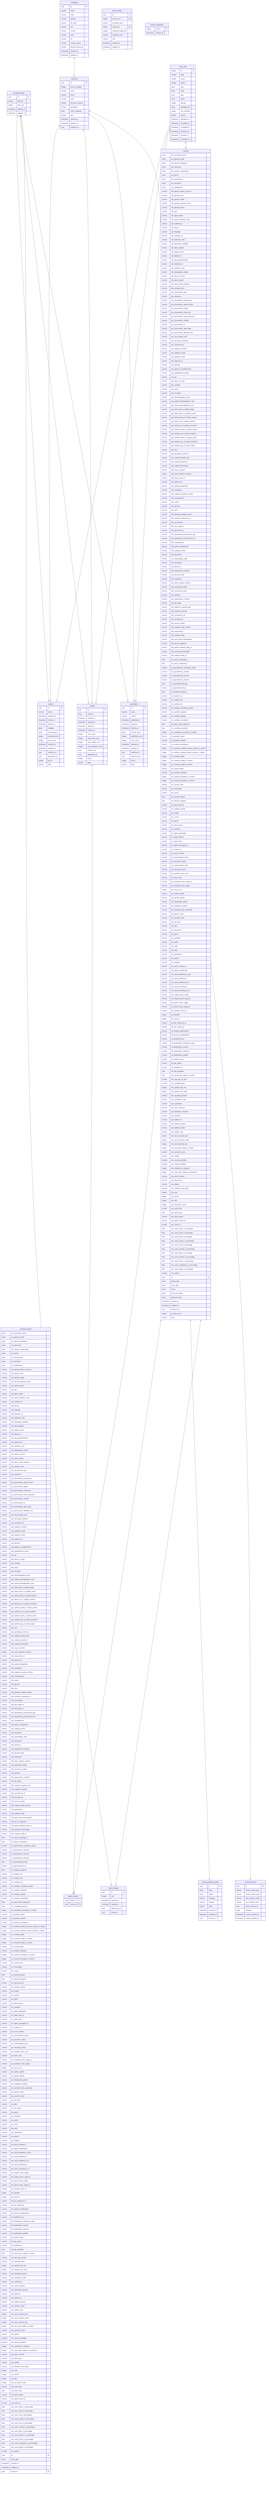
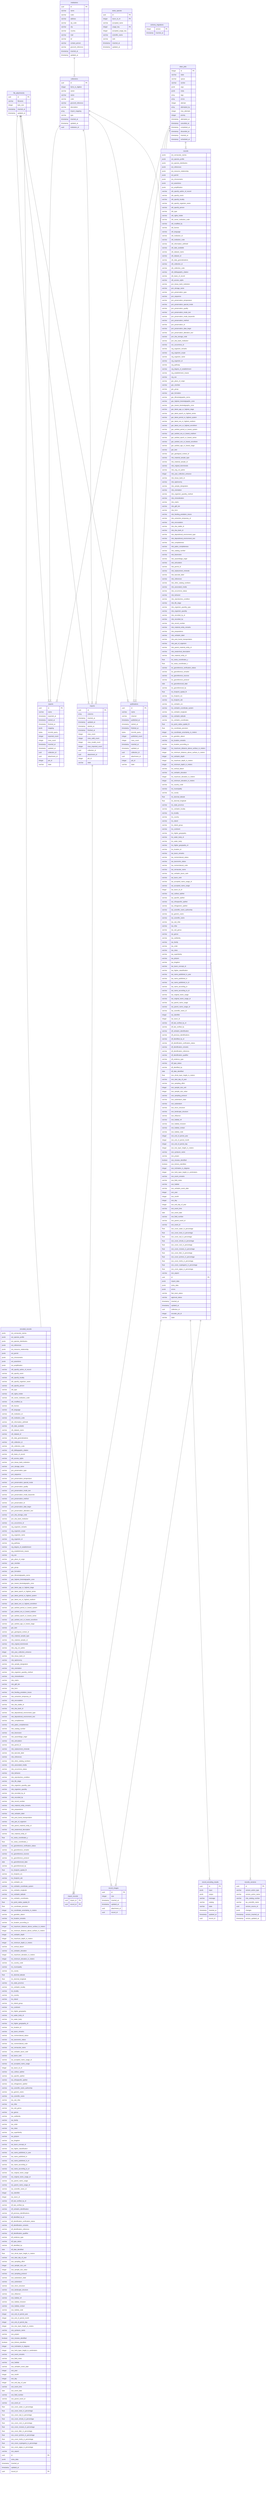
erDiagram
  file_attachments {
    uuid id PK
    varchar filename
    integer byte_size
    timestamp inserted_at
    timestamp updated_at
  }
  institutions {
    uuid id PK
    varchar name
    varchar code
    varchar address
    varchar zip_code
    varchar city
    varchar country
    varchar mail
    varchar tel
    varchar contact_person
    varchar grscicoll_reference
    timestamp inserted_at
    timestamp updated_at
  }
  collections {
    uuid id PK
    integer items_to_digitize
    varchar owner
    varchar name
    varchar code
    varchar grscicoll_reference
    varchar description
    array import_mapping
    varchar type
    timestamp inserted_at
    timestamp updated_at
    uuid institution_id
  }
  encoded_records {
    jsonb ext_vernacular_names
    jsonb ext_species_profile
    jsonb ext_species_distribution
    jsonb ext_references
    jsonb ext_resource_relationship
    jsonb ext_permit
    jsonb ext_chronometric
    jsonb ext_assertions
    jsonb ext_amplification
    varchar oth_specify_author_of_record
    varchar oth_specify_event
    varchar oth_specify_locality
    varchar oth_specify_organism_name
    varchar oth_specify_person
    varchar oth_type
    varchar oth_rights_holder
    varchar oth_owner_institution_code
    varchar oth_modified_by
    varchar oth_license
    varchar oth_language
    varchar oth_institution_id
    varchar oth_institution_code
    varchar oth_information_withheld
    varchar oth_date_available
    varchar oth_dataset_name
    varchar oth_dataset_id
    varchar oth_data_generalizations
    varchar oth_collection_id
    varchar oth_collection_code
    varchar oth_bibliographic_citation
    varchar oth_basis_of_record
    varchar oth_access_rights
    varchar pvn_tissue_bank_institution
    varchar pvn_storage_name
    varchar pvn_preservation_type
    varchar pvn_sequence
    varchar pvn_preservation_temperature
    varchar pvn_preservation_special_mode
    varchar pvn_preservation_quality
    varchar pvn_preservation_mode_text
    varchar pvn_preservation_mode_keywords
    varchar pvn_preservation_method
    varchar pvn_preservation_id
    varchar pvn_preservation_date_begin
    varchar pvn_preservation_alteration_text
    varchar pvn_dna_storage_code
    varchar pvn_dna_bank_institution
    varchar occ_occurrence_id
    varchar org_organism_remarks
    varchar org_organism_scope
    varchar org_organism_name
    varchar org_organism_id
    varchar org_pathway
    varchar org_degree_of_establishment
    varchar org_establishment_means
    varchar org_sex
    varchar gec_place_of_origin
    varchar gec_member
    varchar gec_group
    varchar gec_formation
    varchar gec_lithostratigraphic_terms
    varchar gec_highest_biostratigraphic_zone
    varchar gec_lowest_biostratigraphic_zone
    varchar gec_latest_age_or_highest_stage
    varchar gec_latest_epoch_or_highest_series
    varchar gec_latest_period_or_highest_system
    varchar gec_latest_era_or_highest_erathem
    varchar gec_latest_eon_or_highest_eonothem
    varchar gec_earliest_period_or_lowest_system
    varchar gec_earliest_era_or_lowest_erathem
    varchar gec_earliest_epoch_or_lowest_series
    varchar gec_earliest_eon_or_lowest_eonothem
    varchar gec_earliest_age_or_lowest_stage
    varchar gec_bed
    varchar gec_geological_context_id
    varchar mts_material_sample_type
    varchar mts_material_sample_id
    varchar mte_original_biominerals
    varchar mte_orig_col_author
    integer mte_year_collection_entrance
    varchar mte_tissue_bank_id
    varchar mte_taphonomy
    varchar mte_sample_designation
    varchar mte_orientation
    varchar mte_organism_quantity_method
    varchar mte_mineralization
    varchar mte_matrix
    varchar mte_gbif_doi
    varchar mte_form
    varchar mte_feeding_predation_traces
    varchar mte_extraction_temporary_id
    varchar mte_encrustation
    varchar mte_dna_stable_id
    varchar mte_dna_bank_id
    varchar mte_depositional_environment_type
    varchar mte_depositional_environment_text
    varchar mte_completeness
    varchar mte_paleo_completeness
    varchar mte_catalog_number
    varchar mte_bioerosion
    varchar mte_assemblage_origin
    varchar mte_articulation
    varchar mte_permit_id
    varchar mte_replacement_minerals
    varchar mte_barcode_label
    varchar mte_references
    varchar mte_other_catalog_numbers
    varchar mte_associated_media
    varchar mte_occurrence_status
    varchar mte_behavior
    varchar mte_reproductive_condition
    varchar mte_life_stage
    varchar mte_organism_quantity_type
    varchar mte_organism_quantity
    varchar mte_recorded_by_id
    varchar mte_recorded_by
    varchar mte_record_number
    varchar mte_material_entity_remarks
    varchar mte_preparations
    varchar mte_verbatim_label
    varchar mte_post_burial_transportation
    varchar mte_part_of_organism
    varchar mte_parent_material_entity_id
    varchar mte_anatomical_description
    varchar mte_material_entity_id
    float loc_swiss_coordinates_y
    float loc_swiss_coordinates_x
    varchar loc_georeference_verification_status
    varchar loc_georeference_remarks
    varchar loc_georeference_sources
    varchar loc_georeference_protocol
    date loc_georeferenced_date
    varchar loc_georeferenced_by
    float loc_footprint_spatial_fit
    varchar loc_footprint_srs
    varchar loc_footprint_wkt
    varchar loc_verbatim_srs
    varchar loc_verbatim_coordinate_system
    varchar loc_verbatim_longitude
    varchar loc_verbatim_latitude
    varchar loc_verbatim_coordinates
    float loc_point_radius_spatial_fit
    float loc_coordinate_precision
    integer loc_coordinate_uncertainty_in_meters
    varchar loc_geodetic_datum
    varchar loc_location_remarks
    varchar loc_location_according_to
    integer loc_maximum_distance_above_surface_in_meters
    integer loc_minimum_distance_above_surface_in_meters
    integer loc_verbatim_depth
    integer loc_maximum_depth_in_meters
    integer loc_minimum_depth_in_meters
    varchar loc_vertical_datum
    varchar loc_verbatim_elevation
    integer loc_maximum_elevation_in_meters
    integer loc_minimum_elevation_in_meters
    varchar loc_country_code
    varchar loc_municipality
    varchar loc_county
    float loc_decimal_latitude
    float loc_decimal_longitude
    varchar loc_state_province
    varchar loc_verbatim_locality
    varchar loc_locality
    varchar loc_country
    varchar loc_island
    varchar loc_island_group
    varchar loc_continent
    varchar loc_higher_geography
    varchar loc_water_body_id
    varchar loc_water_body
    varchar loc_higher_geography_id
    varchar loc_location_id
    varchar tax_taxon_remarks
    varchar tax_nomenclatural_status
    varchar tax_taxonomic_status
    varchar tax_nomenclatural_code
    varchar tax_vernacular_name
    varchar tax_verbatim_taxon_rank
    varchar tax_taxon_rank
    varchar tax_accepted_name_usage_id
    varchar tax_accepted_name_usage
    integer tax_taxon_id_ch
    varchar tax_cultivar_epithet
    varchar tax_specific_epithet
    varchar tax_infraspecific_epithet
    varchar tax_infrageneric_epithet
    varchar tax_scientific_name_authorship
    varchar tax_generic_name
    varchar tax_scientific_name
    varchar tax_sub_tribe
    varchar tax_tribe
    varchar tax_sub_genus
    varchar tax_genus
    varchar tax_subfamily
    varchar tax_family
    varchar tax_order
    varchar tax_class
    varchar tax_superfamily
    varchar tax_phylum
    varchar tax_kingdom
    varchar tax_taxon_concept_id
    varchar tax_higher_classification
    varchar tax_name_published_in_year
    varchar tax_name_published_in
    varchar tax_name_published_in_id
    varchar tax_name_according_to
    varchar tax_name_according_to_id
    varchar tax_original_name_usage
    varchar tax_original_name_usage_id
    varchar tax_parent_name_usage
    varchar tax_parent_name_usage_id
    varchar tax_scientific_name_id
    integer tax_identifier
    integer tax_taxon_id
    varchar idf_last_verified_by_id
    varchar idf_last_verified_by
    varchar idf_verbatim_identification
    varchar idf_previous_identifications
    varchar idf_identified_by_id
    varchar idf_identification_verification_status
    varchar idf_identification_remarks
    varchar idf_identification_reference
    varchar idf_identification_qualifier
    varchar idf_evidence_type
    varchar idf_type_status
    varchar idf_identified_by
    date idf_date_identified
    float eve_shrub_layer_height_in_meters
    varchar eve_start_day_of_year
    varchar eve_sampling_effort
    integer eve_sample_size_unit
    integer eve_sample_size_value
    varchar eve_sampling_protocol
    varchar eve_substratum_state
    varchar eve_substratum
    varchar eve_micro_structure
    varchar eve_landscape_structure
    varchar eve_influence
    varchar eve_habitat_ref
    varchar eve_habitat_inclusion
    varchar eve_habitat_contact
    varchar eve_habitat_code
    integer eve_end_of_period_year
    integer eve_end_of_period_month
    integer eve_end_of_period_day
    integer eve_tree_layer_height_in_meters
    varchar eve_syntaxon_name
    varchar eve_project
    boolean eve_mosses_identified
    boolean eve_lichens_identified
    integer eve_inclination_in_degrees
    integer eve_herb_layer_height_in_centimeters
    varchar eve_event_remarks
    varchar eve_field_notes
    varchar eve_habitat
    varchar eve_verbatim_event_date
    integer eve_year
    integer eve_month
    integer eve_day
    integer eve_end_day_of_year
    varchar eve_event_time
    date eve_event_date
    varchar eve_field_number
    varchar eve_parent_event_id
    varchar eve_event_id
    float eve_cover_water_in_percentage
    float eve_cover_trees_in_percentage
    float eve_cover_toal_in_percentage
    float eve_cover_shrubs_in_percentage
    float eve_cover_rock_in_percentage
    float eve_cover_mosses_in_percentage
    float eve_cover_litter_in_percentage
    float eve_cover_lychens_in_percentage
    float eve_cover_herbs_in_percentage
    float eve_cover_cryptogams_in_percentage
    float eve_cover_algae_in_percentage
    varchar eve_aspect
    uuid id PK
    jsonb extra_data
    timestamp inserted_at
    timestamp updated_at
    uuid record_id PK
  }
  record_encoding_results {
    uuid id PK
    jsonb input
    jsonb output
    varchar message
    varchar catalog
    varchar state
    timestamp inserted_at
    timestamp updated_at
    uuid record_id
  }
  exports {
    uuid id PK
    varchar name
    timestamp exported_at
    timestamp started_at
    timestamp finished_at
    jsonb mapping
    bytea records_query
    integer exported_count
    integer rows_count
    timestamp inserted_at
    timestamp updated_at
    uuid collection_id
    uuid attachment_id
    integer job_id
    varchar state
  }
  imports {
    uuid id PK
    array columns
    timestamp inserted_at
    timestamp updated_at
    timestamp started_at
    timestamp finished_at
    integer rows_count
    integer rows_valid_count
    integer rows_invalid_count
    integer rows_imported_count
    uuid collection_id
    uuid attachment_id
    integer job_id
    varchar state
  }
  import_records {
    uuid import_id PK
    uuid record_id PK
  }
  publications {
    uuid id PK
    varchar name
    varchar channel
    timestamp published_at
    timestamp started_at
    timestamp finished_at
    bytea records_query
    integer published_count
    integer rows_count
    timestamp inserted_at
    timestamp updated_at
    uuid collection_id
    uuid attachment_id
    integer job_id
    varchar state
  }
  records {
    jsonb ext_vernacular_names
    jsonb ext_species_profile
    jsonb ext_species_distribution
    jsonb ext_references
    jsonb ext_resource_relationship
    jsonb ext_permit
    jsonb ext_chronometric
    jsonb ext_assertions
    jsonb ext_amplification
    varchar oth_specify_author_of_record
    varchar oth_specify_event
    varchar oth_specify_locality
    varchar oth_specify_organism_name
    varchar oth_specify_person
    varchar oth_type
    varchar oth_rights_holder
    varchar oth_owner_institution_code
    varchar oth_modified_by
    varchar oth_license
    varchar oth_language
    varchar oth_institution_id
    varchar oth_institution_code
    varchar oth_information_withheld
    varchar oth_date_available
    varchar oth_dataset_name
    varchar oth_dataset_id
    varchar oth_data_generalizations
    varchar oth_collection_id
    varchar oth_collection_code
    varchar oth_bibliographic_citation
    varchar oth_basis_of_record
    varchar oth_access_rights
    varchar pvn_tissue_bank_institution
    varchar pvn_storage_name
    varchar pvn_preservation_type
    varchar pvn_sequence
    varchar pvn_preservation_temperature
    varchar pvn_preservation_special_mode
    varchar pvn_preservation_quality
    varchar pvn_preservation_mode_text
    varchar pvn_preservation_mode_keywords
    varchar pvn_preservation_method
    varchar pvn_preservation_id
    varchar pvn_preservation_date_begin
    varchar pvn_preservation_alteration_text
    varchar pvn_dna_storage_code
    varchar pvn_dna_bank_institution
    varchar occ_occurrence_id
    varchar org_organism_remarks
    varchar org_organism_scope
    varchar org_organism_name
    varchar org_organism_id
    varchar org_pathway
    varchar org_degree_of_establishment
    varchar org_establishment_means
    varchar org_sex
    varchar gec_place_of_origin
    varchar gec_member
    varchar gec_group
    varchar gec_formation
    varchar gec_lithostratigraphic_terms
    varchar gec_highest_biostratigraphic_zone
    varchar gec_lowest_biostratigraphic_zone
    varchar gec_latest_age_or_highest_stage
    varchar gec_latest_epoch_or_highest_series
    varchar gec_latest_period_or_highest_system
    varchar gec_latest_era_or_highest_erathem
    varchar gec_latest_eon_or_highest_eonothem
    varchar gec_earliest_period_or_lowest_system
    varchar gec_earliest_era_or_lowest_erathem
    varchar gec_earliest_epoch_or_lowest_series
    varchar gec_earliest_eon_or_lowest_eonothem
    varchar gec_earliest_age_or_lowest_stage
    varchar gec_bed
    varchar gec_geological_context_id
    varchar mts_material_sample_type
    varchar mts_material_sample_id
    varchar mte_original_biominerals
    varchar mte_orig_col_author
    integer mte_year_collection_entrance
    varchar mte_tissue_bank_id
    varchar mte_taphonomy
    varchar mte_sample_designation
    varchar mte_orientation
    varchar mte_organism_quantity_method
    varchar mte_mineralization
    varchar mte_matrix
    varchar mte_gbif_doi
    varchar mte_form
    varchar mte_feeding_predation_traces
    varchar mte_extraction_temporary_id
    varchar mte_encrustation
    varchar mte_dna_stable_id
    varchar mte_dna_bank_id
    varchar mte_depositional_environment_type
    varchar mte_depositional_environment_text
    varchar mte_completeness
    varchar mte_paleo_completeness
    varchar mte_catalog_number
    varchar mte_bioerosion
    varchar mte_assemblage_origin
    varchar mte_articulation
    varchar mte_permit_id
    varchar mte_replacement_minerals
    varchar mte_barcode_label
    varchar mte_references
    varchar mte_other_catalog_numbers
    varchar mte_associated_media
    varchar mte_occurrence_status
    varchar mte_behavior
    varchar mte_reproductive_condition
    varchar mte_life_stage
    varchar mte_organism_quantity_type
    varchar mte_organism_quantity
    varchar mte_recorded_by_id
    varchar mte_recorded_by
    varchar mte_record_number
    varchar mte_material_entity_remarks
    varchar mte_preparations
    varchar mte_verbatim_label
    varchar mte_post_burial_transportation
    varchar mte_part_of_organism
    varchar mte_parent_material_entity_id
    varchar mte_anatomical_description
    varchar mte_material_entity_id
    float loc_swiss_coordinates_y
    float loc_swiss_coordinates_x
    varchar loc_georeference_verification_status
    varchar loc_georeference_remarks
    varchar loc_georeference_sources
    varchar loc_georeference_protocol
    date loc_georeferenced_date
    varchar loc_georeferenced_by
    float loc_footprint_spatial_fit
    varchar loc_footprint_srs
    varchar loc_footprint_wkt
    varchar loc_verbatim_srs
    varchar loc_verbatim_coordinate_system
    varchar loc_verbatim_longitude
    varchar loc_verbatim_latitude
    varchar loc_verbatim_coordinates
    float loc_point_radius_spatial_fit
    float loc_coordinate_precision
    integer loc_coordinate_uncertainty_in_meters
    varchar loc_geodetic_datum
    varchar loc_location_remarks
    varchar loc_location_according_to
    integer loc_maximum_distance_above_surface_in_meters
    integer loc_minimum_distance_above_surface_in_meters
    integer loc_verbatim_depth
    integer loc_maximum_depth_in_meters
    integer loc_minimum_depth_in_meters
    varchar loc_vertical_datum
    varchar loc_verbatim_elevation
    integer loc_maximum_elevation_in_meters
    integer loc_minimum_elevation_in_meters
    varchar loc_country_code
    varchar loc_municipality
    varchar loc_county
    float loc_decimal_latitude
    float loc_decimal_longitude
    varchar loc_state_province
    varchar loc_verbatim_locality
    varchar loc_locality
    varchar loc_country
    varchar loc_island
    varchar loc_island_group
    varchar loc_continent
    varchar loc_higher_geography
    varchar loc_water_body_id
    varchar loc_water_body
    varchar loc_higher_geography_id
    varchar loc_location_id
    varchar tax_taxon_remarks
    varchar tax_nomenclatural_status
    varchar tax_taxonomic_status
    varchar tax_nomenclatural_code
    varchar tax_vernacular_name
    varchar tax_verbatim_taxon_rank
    varchar tax_taxon_rank
    varchar tax_accepted_name_usage_id
    varchar tax_accepted_name_usage
    integer tax_taxon_id_ch
    varchar tax_cultivar_epithet
    varchar tax_specific_epithet
    varchar tax_infraspecific_epithet
    varchar tax_infrageneric_epithet
    varchar tax_scientific_name_authorship
    varchar tax_generic_name
    varchar tax_scientific_name
    varchar tax_sub_tribe
    varchar tax_tribe
    varchar tax_sub_genus
    varchar tax_genus
    varchar tax_subfamily
    varchar tax_family
    varchar tax_order
    varchar tax_class
    varchar tax_superfamily
    varchar tax_phylum
    varchar tax_kingdom
    varchar tax_taxon_concept_id
    varchar tax_higher_classification
    varchar tax_name_published_in_year
    varchar tax_name_published_in
    varchar tax_name_published_in_id
    varchar tax_name_according_to
    varchar tax_name_according_to_id
    varchar tax_original_name_usage
    varchar tax_original_name_usage_id
    varchar tax_parent_name_usage
    varchar tax_parent_name_usage_id
    varchar tax_scientific_name_id
    integer tax_identifier
    integer tax_taxon_id
    varchar idf_last_verified_by_id
    varchar idf_last_verified_by
    varchar idf_verbatim_identification
    varchar idf_previous_identifications
    varchar idf_identified_by_id
    varchar idf_identification_verification_status
    varchar idf_identification_remarks
    varchar idf_identification_reference
    varchar idf_identification_qualifier
    varchar idf_evidence_type
    varchar idf_type_status
    varchar idf_identified_by
    date idf_date_identified
    float eve_shrub_layer_height_in_meters
    varchar eve_start_day_of_year
    varchar eve_sampling_effort
    integer eve_sample_size_unit
    integer eve_sample_size_value
    varchar eve_sampling_protocol
    varchar eve_substratum_state
    varchar eve_substratum
    varchar eve_micro_structure
    varchar eve_landscape_structure
    varchar eve_influence
    varchar eve_habitat_ref
    varchar eve_habitat_inclusion
    varchar eve_habitat_contact
    varchar eve_habitat_code
    integer eve_end_of_period_year
    integer eve_end_of_period_month
    integer eve_end_of_period_day
    integer eve_tree_layer_height_in_meters
    varchar eve_syntaxon_name
    varchar eve_project
    boolean eve_mosses_identified
    boolean eve_lichens_identified
    integer eve_inclination_in_degrees
    integer eve_herb_layer_height_in_centimeters
    varchar eve_event_remarks
    varchar eve_field_notes
    varchar eve_habitat
    varchar eve_verbatim_event_date
    integer eve_year
    integer eve_month
    integer eve_day
    integer eve_end_day_of_year
    varchar eve_event_time
    date eve_event_date
    varchar eve_field_number
    varchar eve_parent_event_id
    varchar eve_event_id
    float eve_cover_water_in_percentage
    float eve_cover_trees_in_percentage
    float eve_cover_toal_in_percentage
    float eve_cover_shrubs_in_percentage
    float eve_cover_rock_in_percentage
    float eve_cover_mosses_in_percentage
    float eve_cover_litter_in_percentage
    float eve_cover_lychens_in_percentage
    float eve_cover_herbs_in_percentage
    float eve_cover_cryptogams_in_percentage
    float eve_cover_algae_in_percentage
    varchar eve_aspect
    uuid id PK
    jsonb import_data
    jsonb extra_data
    jsonb errors
-     jsonb fast_track_status
-     jsonb approval_status
+     varchar fast_track_status
+     varchar approval_status
    timestamp inserted_at
    timestamp updated_at
    uuid collection_id
    integer encoder_job_id
    varchar state
  }
  record_images {
    uuid id PK
    integer size
    timestamp inserted_at
    timestamp updated_at
    uuid attachment_id
    uuid record_id
  }
  records_versions {
    uuid id PK
    varchar version_action_type
    varchar version_action_name
    varchar mte_catalog_number
    varchar tax_scientific_name
    uuid version_source_id
    jsonb changes
    timestamp version_inserted_at
    timestamp version_updated_at
  }
  swiss_species {
    uuid id PK
    integer taxon_id_ch PK
    varchar accepted_name
    integer usage_key PK
    integer accepted_usage_key
    varchar scientific_name
    varchar rank
    timestamp inserted_at
    timestamp updated_at
  }
  schema_migrations {
    integer version PK
    timestamp inserted_at
  }
  oban_jobs {
    integer id PK
    varchar state
    varchar queue
    varchar worker
    jsonb args
    jsonb meta
    array tags
    array errors
    integer attempt
    array attempted_by
    integer max_attempts
    integer priority
    timestamp attempted_at
    timestamp cancelled_at
    timestamp completed_at
    timestamp discarded_at
    timestamp inserted_at
    timestamp scheduled_at
  }
  collections ||--|{ exports : ""
  collections ||--|{ imports : ""
  collections ||--|{ publications : ""
  collections ||--|{ records : ""
  file_attachments ||--|{ exports : ""
  file_attachments ||--|{ imports : ""
  file_attachments ||--|{ publications : ""
  file_attachments ||--|{ record_images : ""
  imports ||--|{ import_records : ""
  institutions ||--|{ collections : ""
  oban_jobs ||--|{ exports : ""
  oban_jobs ||--|{ imports : ""
  oban_jobs ||--|{ publications : ""
  oban_jobs ||--|{ records : ""
  records ||--o| encoded_records : ""
  records ||--|{ import_records : ""
  records ||--|{ record_encoding_results : ""
  records ||--|{ record_images : ""
  records ||--|{ records_versions : ""
